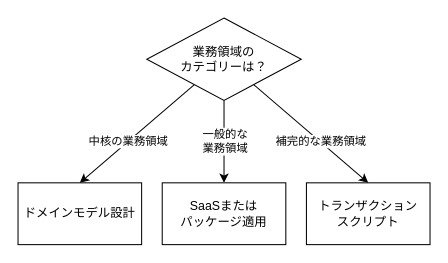
This is documents/_materials/images/app-architecture/overview/application-architecture-selection-flow-light.drawio from AlesInfiny/maris, a draw.io file, before an edit. Source tidied: cells renumbered, new cells numbered last; positions are measured from the earlier drawing's top-left corner, leaving out a move shared by most shapes. Both pictures are drawn from the tidied source at 103%, with x=0, y=0 at pixel (18, 18).
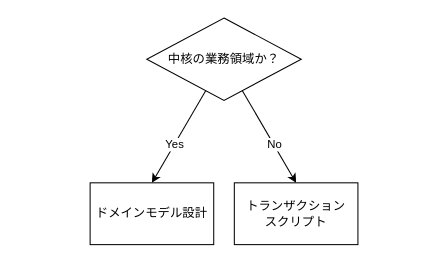
The same diagram, later.

What changed in the source:
```diff
@@
 <mxGraphModel>
   <root>
     <mxCell id="0" />
     <mxCell id="1" parent="0" />
-    <mxCell id="2" style="edgeStyle=none;html=1;entryX=0.5;entryY=0;entryDx=0;entryDy=0;" parent="1" edge="1" source="8" target="10">
-      <mxGeometry relative="1" as="geometry" />
-    </mxCell>
-    <mxCell id="3" value="一般的な&lt;br&gt;業務領域" style="edgeLabel;html=1;align=center;verticalAlign=middle;" parent="2" vertex="1">
-      <mxGeometry x="-0.02" relative="1" as="geometry" />
-    </mxCell>
     <mxCell id="4" style="edgeStyle=none;html=1;entryX=0.5;entryY=0;entryDx=0;entryDy=0;" parent="1" edge="1" source="8" target="9">
       <mxGeometry relative="1" as="geometry" />
     </mxCell>
-    <mxCell id="5" value="中核の業務領域" style="edgeLabel;html=1;align=center;verticalAlign=middle;" parent="4" vertex="1">
+    <mxCell id="5" value="Yes" style="edgeLabel;html=1;align=center;verticalAlign=middle;" parent="4" vertex="1">
       <mxGeometry x="0.16" relative="1" as="geometry" />
     </mxCell>
     <mxCell id="6" style="edgeStyle=none;html=1;entryX=0.5;entryY=0;entryDx=0;entryDy=0;" parent="1" edge="1" source="8" target="11">
       <mxGeometry relative="1" as="geometry" />
     </mxCell>
-    <mxCell id="7" value="補完的な業務領域" style="edgeLabel;html=1;align=center;verticalAlign=middle;" parent="6" vertex="1">
+    <mxCell id="7" value="No" style="edgeLabel;html=1;align=center;verticalAlign=middle;" parent="6" vertex="1">
       <mxGeometry x="0.16" relative="1" as="geometry" />
     </mxCell>
-    <mxCell id="8" value="業務領域の&lt;br&gt;カテゴリーは？" style="rhombus;whiteSpace=wrap;html=1;" parent="1" vertex="1">
+    <mxCell id="8" value="中核の業務領域か？" style="rhombus;whiteSpace=wrap;html=1;" parent="1" vertex="1">
       <mxGeometry x="125" width="150" height="80" as="geometry" />
     </mxCell>
     <mxCell id="9" value="ドメインモデル設計" style="rounded=0;whiteSpace=wrap;html=1;" parent="1" vertex="1">
-      <mxGeometry y="160" width="120" height="60" as="geometry" />
+      <mxGeometry x="70" y="160" width="120" height="60" as="geometry" />
     </mxCell>
-    <mxCell id="10" value="SaaSまたは&lt;br&gt;パッケージ適用" style="rounded=0;whiteSpace=wrap;html=1;" parent="1" vertex="1">
-      <mxGeometry x="140" y="160" width="120" height="60" as="geometry" />
-    </mxCell>
     <mxCell id="11" value="トランザクション&lt;br&gt;スクリプト" style="rounded=0;whiteSpace=wrap;html=1;" parent="1" vertex="1">
-      <mxGeometry x="280" y="160" width="120" height="60" as="geometry" />
+      <mxGeometry x="210" y="160" width="120" height="60" as="geometry" />
     </mxCell>
   </root>
 </mxGraphModel>
```
